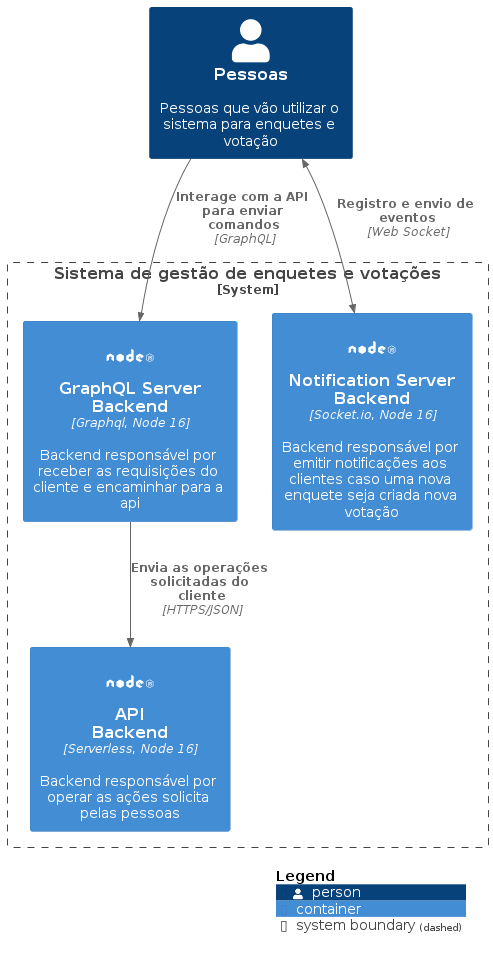
Earlier version of the PlantUML export doc/C4_Elements.png (JoaoNormando/arquitetura-backend_exercicio05). Source of this version:
```plantuml
@startuml C4_Elements
!include https://raw.githubusercontent.com/plantuml-stdlib/C4-PlantUML/master/C4_Container.puml

!define osaPuml https://raw.githubusercontent.com/Crashedmind/PlantUML-opensecurityarchitecture2-icons/master
!include osaPuml/Common.puml
!include osaPuml/User/all.puml

!define DEVICONS https://raw.githubusercontent.com/tupadr3/plantuml-icon-font-sprites/master/devicons
!define FONTAWESOME https://raw.githubusercontent.com/tupadr3/plantuml-icon-font-sprites/master/font-awesome-5
!include DEVICONS/react.puml
!include DEVICONS/java.puml
!include DEVICONS/nodejs.puml
!include DEVICONS/redhat.puml
!include DEVICONS/postgresql.puml
!include DEVICONS/redis.puml
!include <office/Concepts/service_application>

Person(personAlias, "Pessoas", "Pessoas que vão utilizar o sistema para enquetes e votação")

System_Boundary(c1, "Sistema de gestão de enquetes e votações") {
    Container(api, "API\nBackend", "Serverless, Node 16", "Backend responsável por operar as ações solicita pelas pessoas", $sprite="nodejs")
    Container(socket_server, "Notification Server\nBackend", "Socket.io, Node 16", "Backend responsável por emitir notificações aos clientes caso uma nova enquete seja criada nova votação", $sprite="nodejs")
    Container(graphql_server, "GraphQL Server\nBackend", "Graphql, Node 16", "Backend responsável por receber as requisições do cliente e encaminhar para a api", $sprite="nodejs")
}

Rel(personAlias, graphql_server, "Interage com a API para enviar comandos", "GraphQL")
Rel(graphql_server, api, "Envia as operações solicitadas do cliente", "HTTPS/JSON")
BiRel(socket_server, personAlias, "Registro e envio de eventos", "Web Socket")























SHOW_LEGEND()

@enduml
```
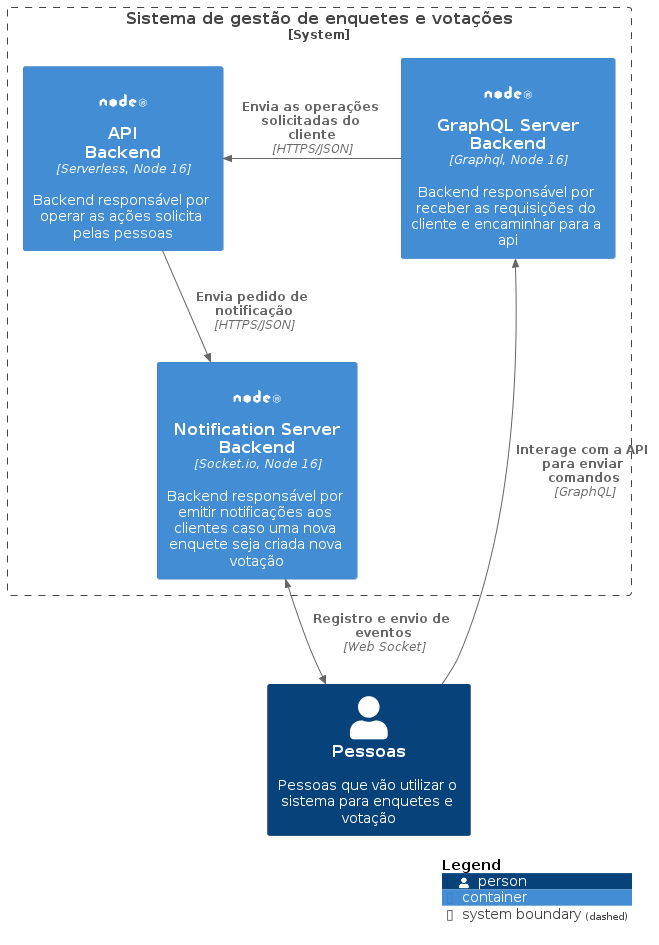
After the change.

Commit message:
chore: Atualizacao da imagem do C4 model

What changed in the source:
```diff
@@ -24,7 +24,8 @@
 }
 
 Rel(personAlias, graphql_server, "Interage com a API para enviar comandos", "GraphQL")
-Rel(graphql_server, api, "Envia as operações solicitadas do cliente", "HTTPS/JSON")
+Rel_R(graphql_server, api, "Envia as operações solicitadas do cliente", "HTTPS/JSON")
+Rel(api, socket_server, "Envia pedido de notificação", "HTTPS/JSON")
 BiRel(socket_server, personAlias, "Registro e envio de eventos", "Web Socket")
 
 
```
